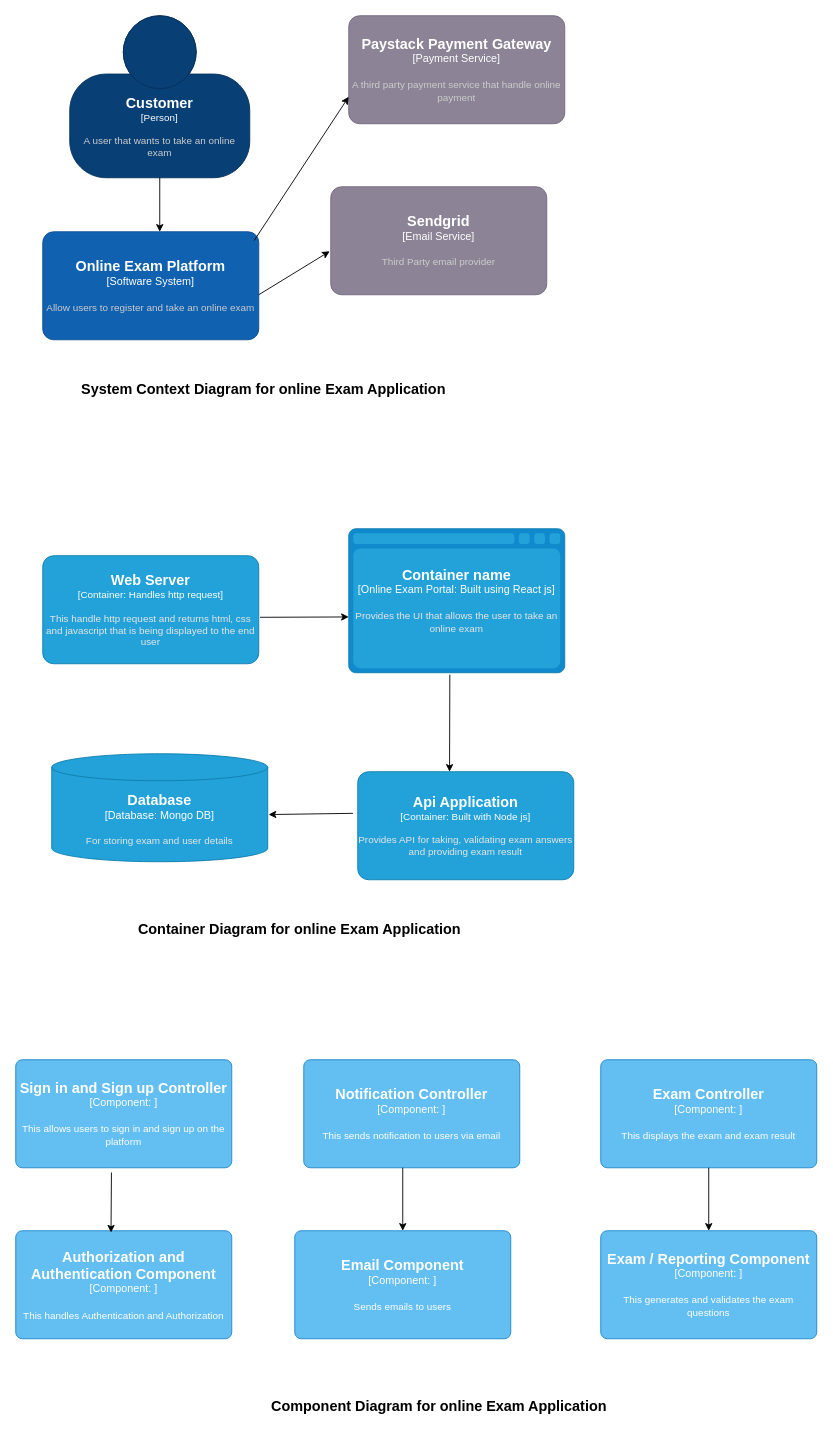
chinel/c4-model keeps this draw.io diagram as Untitled Diagram.drawio. Above is the earlier version. Source tidied: cells renumbered, new cells numbered last; positions are measured from the earlier drawing's top-left corner, leaving out a move shared by most shapes. Both pictures are drawn from the tidied source at 90%, with x=0, y=0 at pixel (15, 15).
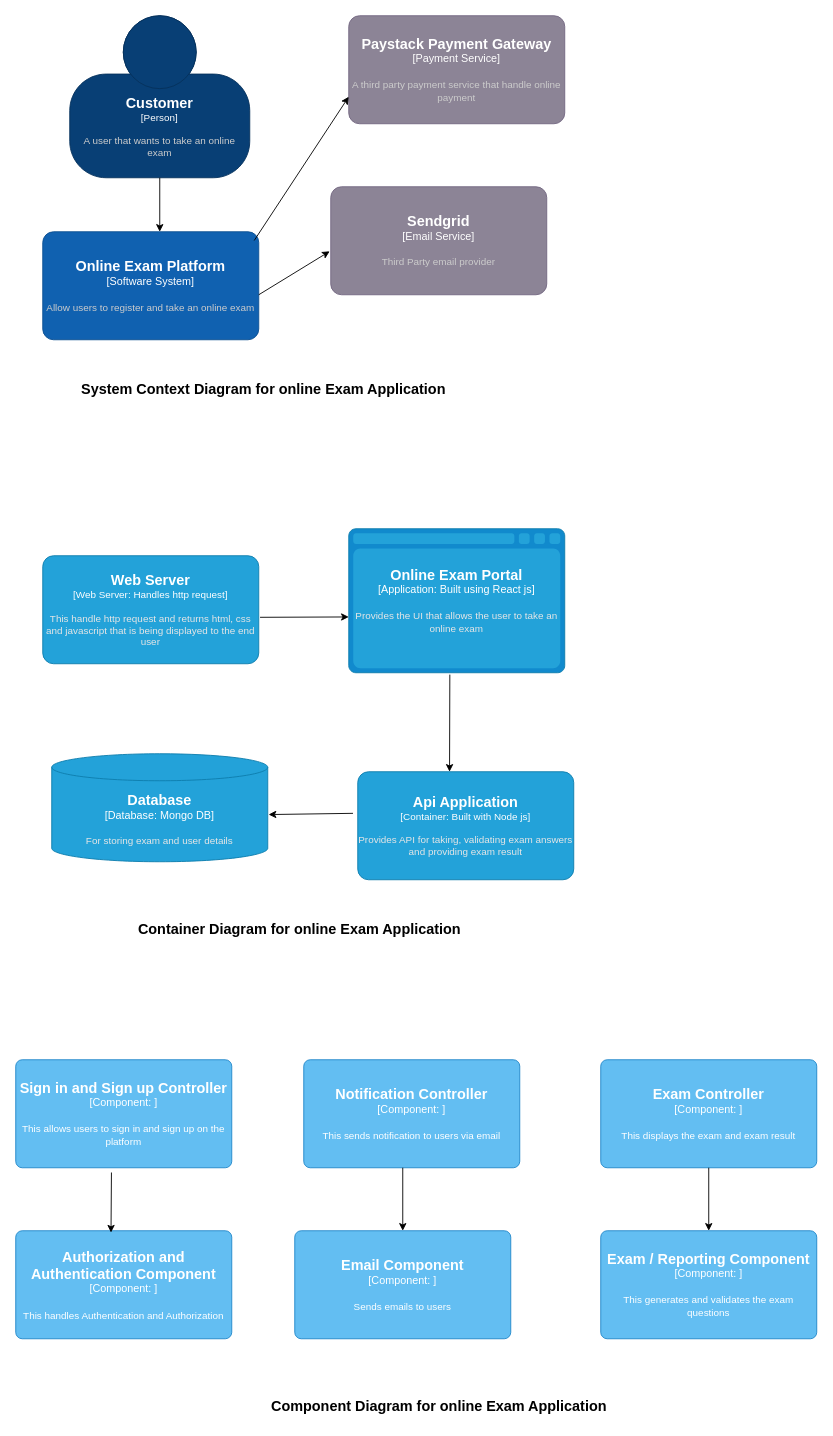
The same diagram, later.

Diff of the diagram source:
```diff
@@
-    <object id="10" label="&lt;font style=&quot;font-size: 16px&quot;&gt;&lt;b&gt;%c4Name%&lt;/b&gt;&lt;/font&gt;&lt;div&gt;[%c4Type%: %c4Technology%]&lt;/div&gt;&lt;br&gt;&lt;div&gt;&lt;font style=&quot;font-size: 11px&quot;&gt;&lt;font color=&quot;#E6E6E6&quot;&gt;%c4Description%&lt;/font&gt;&lt;/div&gt;" c4Description="This handle http request and returns html, css and javascript that is being displayed to the end user" c4Name="Web Server" c4Technology="Handles http request" c4Type="Container" placeholders="1">
+    <object id="10" label="&lt;font style=&quot;font-size: 16px&quot;&gt;&lt;b&gt;%c4Name%&lt;/b&gt;&lt;/font&gt;&lt;div&gt;[%c4Type%: %c4Technology%]&lt;/div&gt;&lt;br&gt;&lt;div&gt;&lt;font style=&quot;font-size: 11px&quot;&gt;&lt;font color=&quot;#E6E6E6&quot;&gt;%c4Description%&lt;/font&gt;&lt;/div&gt;" c4Description="This handle http request and returns html, css and javascript that is being displayed to the end user" c4Name="Web Server" c4Technology="Handles http request" c4Type="Web Server" placeholders="1">
       <mxCell style="rounded=1;whiteSpace=wrap;html=1;fontSize=11;labelBackgroundColor=none;fillColor=#23A2D9;fontColor=#ffffff;align=center;arcSize=10;strokeColor=#0E7DAD;points=[[0.25,0,0],[0.5,0,0],[0.75,0,0],[1,0.25,0],[1,0.5,0],[1,0.75,0],[0.75,1,0],[0.5,1,0],[0.25,1,0],[0,0.75,0],[0,0.5,0],[0,0.25,0]];" parent="1" vertex="1">
         <mxGeometry x="30" y="600" width="240" height="120" as="geometry" />
       </mxCell>
     </object>
@@
-    <object id="12" label="&lt;font style=&quot;font-size: 16px&quot;&gt;&lt;b&gt;%c4Type%&lt;/b&gt;&lt;/font&gt;&lt;div&gt;[%c4Container%:&amp;nbsp;%c4Technology%]&lt;/div&gt;&lt;br&gt;&lt;div&gt;&lt;font style=&quot;font-size: 11px&quot;&gt;&lt;font color=&quot;#E6E6E6&quot;&gt;%c4Description%&lt;/font&gt;&lt;/div&gt;" c4Container="Online Exam Portal" c4Description="Provides the UI that allows the user to take an online exam" c4Technology="Built using React js" c4Type="Container name" placeholders="1">
+    <object id="12" label="&lt;font style=&quot;font-size: 16px&quot;&gt;&lt;b&gt;%c4Type%&lt;/b&gt;&lt;/font&gt;&lt;div&gt;[%c4Container%:&amp;nbsp;%c4Technology%]&lt;/div&gt;&lt;br&gt;&lt;div&gt;&lt;font style=&quot;font-size: 11px&quot;&gt;&lt;font color=&quot;#E6E6E6&quot;&gt;%c4Description%&lt;/font&gt;&lt;/div&gt;" c4Container="Application" c4Description="Provides the UI that allows the user to take an online exam" c4Technology="Built using React js" c4Type="Online Exam Portal" placeholders="1">
       <mxCell style="shape=mxgraph.c4.webBrowserContainer2;whiteSpace=wrap;html=1;boundedLbl=1;rounded=0;labelBackgroundColor=none;strokeColor=#118ACD;fillColor=#23A2D9;strokeColor=#118ACD;strokeColor2=#0E7DAD;fontSize=12;fontColor=#ffffff;align=center;points=[[0.5,0,0],[1,0.25,0],[1,0.5,0],[1,0.75,0],[0.5,1,0],[0,0.75,0],[0,0.5,0],[0,0.25,0]];" parent="1" vertex="1">
         <mxGeometry x="370" y="570" width="240" height="160" as="geometry" />
       </mxCell>
     </object>
```
